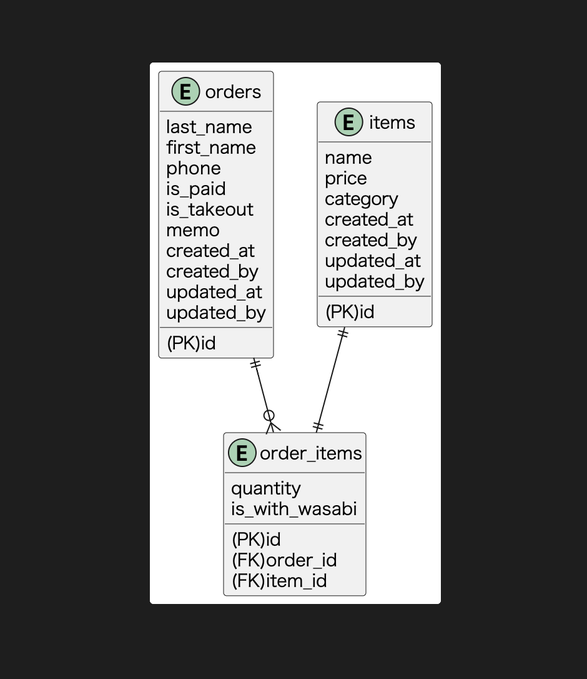
Above: db-modeling-1/課題1/erd.png in nyuusen/praha-challenge (PlantUML), before the change. Its source is kept beside it as db-modeling-1/課題1/erd.pu. Source of this version:
```plantuml
@startuml
!include tables.pu
orders ||-d-o{ order_items
items ||-d-|| order_items
@enduml
```
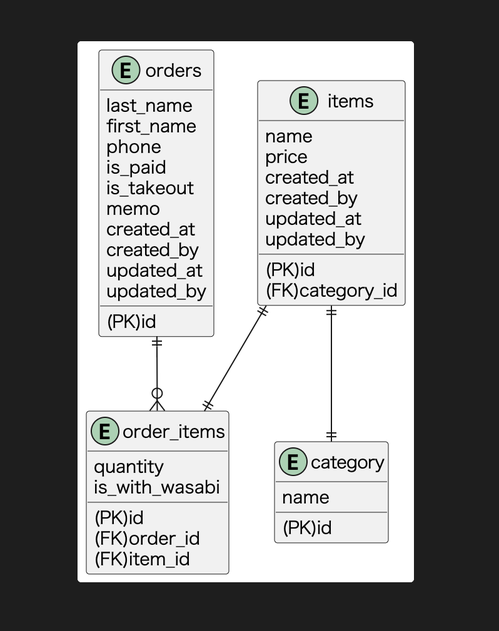
Above is the later version.

What changed in the source:
```diff
@@ -2,4 +2,5 @@
 !include tables.pu
 orders ||-d-o{ order_items
 items ||-d-|| order_items
+items ||-d-|| category
 @enduml
```
